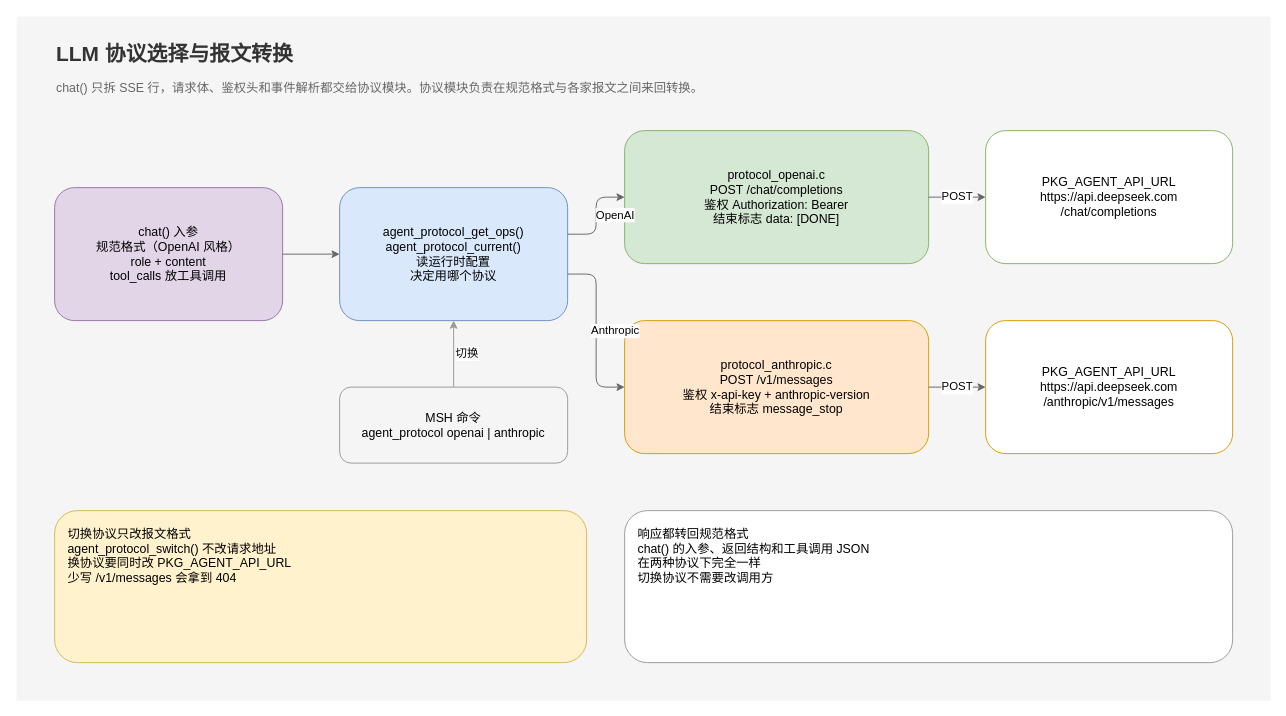
Above: docs/diagrams/llm-protocol.drawio in CXSforHPU/Agent (draw.io), before the change. Source tidied: cells renumbered, new cells numbered last; positions are measured from the earlier drawing's top-left corner, leaving out a move shared by most shapes. Both pictures are drawn from the tidied source at 95%, with x=0, y=0 at pixel (16, 16).
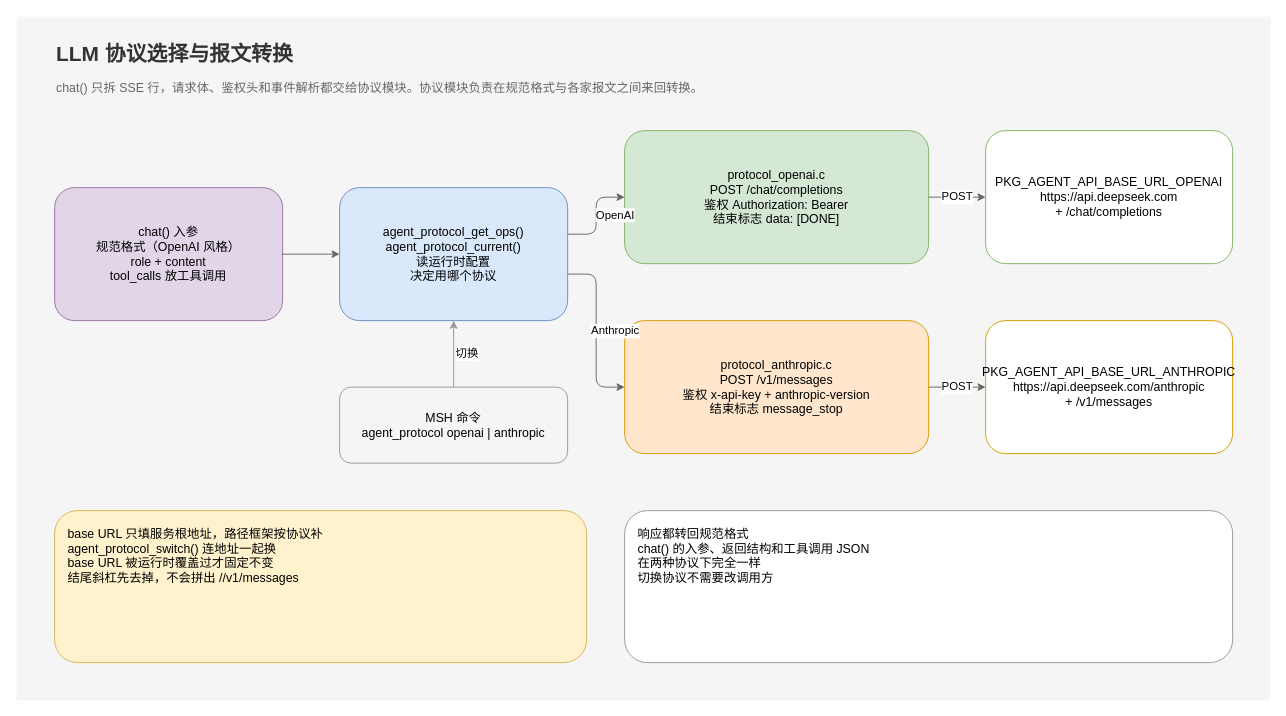
After the change.

Commit message (it also covers changes not shown here):
docs: 同步核心路径、两份 base_url 与菜单名

The edit, as a diff of the source:
```diff
@@
 <mxGraphModel>
   <root>
     <mxCell id="0" />
     <mxCell id="1" parent="0" />
     <mxCell id="2" style="rounded=0;whiteSpace=wrap;html=1;fillColor=#f5f5f5;strokeColor=none;" parent="1" vertex="1">
       <mxGeometry width="1320" height="720" as="geometry" />
     </mxCell>
     <mxCell id="3" value="LLM 协议选择与报文转换" style="text;html=1;strokeColor=none;fillColor=none;align=left;verticalAlign=middle;whiteSpace=wrap;rounded=0;fontSize=22;fontStyle=1;fontColor=#333333;" parent="1" vertex="1">
       <mxGeometry x="40" y="20" width="700" height="40" as="geometry" />
     </mxCell>
     <mxCell id="4" value="chat() 只拆 SSE 行，请求体、鉴权头和事件解析都交给协议模块。协议模块负责在规范格式与各家报文之间来回转换。" style="text;html=1;strokeColor=none;fillColor=none;align=left;verticalAlign=middle;whiteSpace=wrap;rounded=0;fontSize=13;fontColor=#666666;" parent="1" vertex="1">
       <mxGeometry x="40" y="60" width="1100" height="30" as="geometry" />
     </mxCell>
     <mxCell id="5" value="chat() 入参&#10;规范格式（OpenAI 风格）&#10;role + content&#10;tool_calls 放工具调用" style="rounded=1;whiteSpace=wrap;html=1;fillColor=#e1d5e7;strokeColor=#9673a6;fontSize=13;" parent="1" vertex="1">
       <mxGeometry x="40" y="180" width="240" height="140" as="geometry" />
     </mxCell>
     <mxCell id="6" value="agent_protocol_get_ops()&#10;agent_protocol_current()&#10;读运行时配置&#10;决定用哪个协议" style="rounded=1;whiteSpace=wrap;html=1;fillColor=#dae8fc;strokeColor=#6c8ebf;fontSize=13;" parent="1" vertex="1">
       <mxGeometry x="340" y="180" width="240" height="140" as="geometry" />
     </mxCell>
     <mxCell id="7" value="MSH 命令&#10;agent_protocol openai | anthropic" style="rounded=1;whiteSpace=wrap;html=1;fillColor=#f5f5f5;strokeColor=#999999;fontSize=13;" parent="1" vertex="1">
       <mxGeometry x="340" y="390" width="240" height="80" as="geometry" />
     </mxCell>
     <mxCell id="8" value="protocol_openai.c&#10;POST /chat/completions&#10;鉴权 Authorization: Bearer&#10;结束标志 data: [DONE]" style="rounded=1;whiteSpace=wrap;html=1;fillColor=#d5e8d4;strokeColor=#82b366;fontSize=13;" parent="1" vertex="1">
       <mxGeometry x="640" y="120" width="320" height="140" as="geometry" />
     </mxCell>
     <mxCell id="9" value="protocol_anthropic.c&#10;POST /v1/messages&#10;鉴权 x-api-key + anthropic-version&#10;结束标志 message_stop" style="rounded=1;whiteSpace=wrap;html=1;fillColor=#ffe6cc;strokeColor=#d79b00;fontSize=13;" parent="1" vertex="1">
       <mxGeometry x="640" y="320" width="320" height="140" as="geometry" />
     </mxCell>
-    <mxCell id="10" value="PKG_AGENT_API_URL&#10;https://api.deepseek.com&#10;/chat/completions" style="rounded=1;whiteSpace=wrap;html=1;fillColor=#ffffff;strokeColor=#82b366;fontSize=13;" parent="1" vertex="1">
+    <mxCell id="10" value="PKG_AGENT_API_BASE_URL_OPENAI&#10;https://api.deepseek.com&#10;+ /chat/completions" style="rounded=1;whiteSpace=wrap;html=1;fillColor=#ffffff;strokeColor=#82b366;fontSize=13;" parent="1" vertex="1">
       <mxGeometry x="1020" y="120" width="260" height="140" as="geometry" />
     </mxCell>
-    <mxCell id="11" value="PKG_AGENT_API_URL&#10;https://api.deepseek.com&#10;/anthropic/v1/messages" style="rounded=1;whiteSpace=wrap;html=1;fillColor=#ffffff;strokeColor=#d79b00;fontSize=13;" parent="1" vertex="1">
+    <mxCell id="11" value="PKG_AGENT_API_BASE_URL_ANTHROPIC&#10;https://api.deepseek.com/anthropic&#10;+ /v1/messages" style="rounded=1;whiteSpace=wrap;html=1;fillColor=#ffffff;strokeColor=#d79b00;fontSize=13;" parent="1" vertex="1">
       <mxGeometry x="1020" y="320" width="260" height="140" as="geometry" />
     </mxCell>
-    <mxCell id="12" value="切换协议只改报文格式&#10;agent_protocol_switch() 不改请求地址&#10;换协议要同时改 PKG_AGENT_API_URL&#10;少写 /v1/messages 会拿到 404" style="rounded=1;whiteSpace=wrap;html=1;fillColor=#fff2cc;strokeColor=#d6b656;fontSize=13;align=left;verticalAlign=top;spacingLeft=12;spacingTop=10;" parent="1" vertex="1">
+    <mxCell id="12" value="base URL 只填服务根地址，路径框架按协议补&#10;agent_protocol_switch() 连地址一起换&#10;base URL 被运行时覆盖过才固定不变&#10;结尾斜杠先去掉，不会拼出 //v1/messages" style="rounded=1;whiteSpace=wrap;html=1;fillColor=#fff2cc;strokeColor=#d6b656;fontSize=13;align=left;verticalAlign=top;spacingLeft=12;spacingTop=10;" parent="1" vertex="1">
       <mxGeometry x="40" y="520" width="560" height="160" as="geometry" />
     </mxCell>
     <mxCell id="13" value="响应都转回规范格式&#10;chat() 的入参、返回结构和工具调用 JSON&#10;在两种协议下完全一样&#10;切换协议不需要改调用方" style="rounded=1;whiteSpace=wrap;html=1;fillColor=#ffffff;strokeColor=#999999;fontSize=13;align=left;verticalAlign=top;spacingLeft=12;spacingTop=10;" parent="1" vertex="1">
       <mxGeometry x="640" y="520" width="640" height="160" as="geometry" />
     </mxCell>
     <mxCell id="14" style="edgeStyle=orthogonalEdgeStyle;rounded=1;jettySize=auto;html=1;exitX=1;exitY=0.5;exitDx=0;exitDy=0;entryX=0;entryY=0.5;entryDx=0;entryDy=0;strokeColor=#666666;" parent="1" edge="1" source="5" target="6">
       <mxGeometry relative="1" as="geometry" />
     </mxCell>
     <mxCell id="15" value="OpenAI" style="edgeStyle=orthogonalEdgeStyle;rounded=1;jettySize=auto;html=1;exitX=1;exitY=0.35;exitDx=0;exitDy=0;entryX=0;entryY=0.5;entryDx=0;entryDy=0;strokeColor=#666666;fontSize=12;" parent="1" edge="1" source="6" target="8">
       <mxGeometry y="-20" relative="1" as="geometry" />
     </mxCell>
     <mxCell id="16" value="Anthropic" style="edgeStyle=orthogonalEdgeStyle;rounded=1;jettySize=auto;html=1;exitX=1;exitY=0.65;exitDx=0;exitDy=0;entryX=0;entryY=0.5;entryDx=0;entryDy=0;strokeColor=#666666;fontSize=12;" parent="1" edge="1" source="6" target="9">
       <mxGeometry y="20" relative="1" as="geometry" />
     </mxCell>
     <mxCell id="17" value="切换" style="edgeStyle=orthogonalEdgeStyle;rounded=1;jettySize=auto;html=1;exitX=0.5;exitY=0;exitDx=0;exitDy=0;entryX=0.5;entryY=1;entryDx=0;entryDy=0;strokeColor=#999999;fontSize=12;" parent="1" edge="1" source="7" target="6">
       <mxGeometry y="-14" relative="1" as="geometry" />
     </mxCell>
     <mxCell id="18" value="POST" style="edgeStyle=orthogonalEdgeStyle;rounded=1;jettySize=auto;html=1;exitX=1;exitY=0.5;exitDx=0;exitDy=0;entryX=0;entryY=0.5;entryDx=0;entryDy=0;strokeColor=#666666;fontSize=12;" parent="1" edge="1" source="8" target="10">
       <mxGeometry relative="1" as="geometry" />
     </mxCell>
     <mxCell id="19" value="POST" style="edgeStyle=orthogonalEdgeStyle;rounded=1;jettySize=auto;html=1;exitX=1;exitY=0.5;exitDx=0;exitDy=0;entryX=0;entryY=0.5;entryDx=0;entryDy=0;strokeColor=#666666;fontSize=12;" parent="1" edge="1" source="9" target="11">
       <mxGeometry relative="1" as="geometry" />
     </mxCell>
   </root>
 </mxGraphModel>
```
